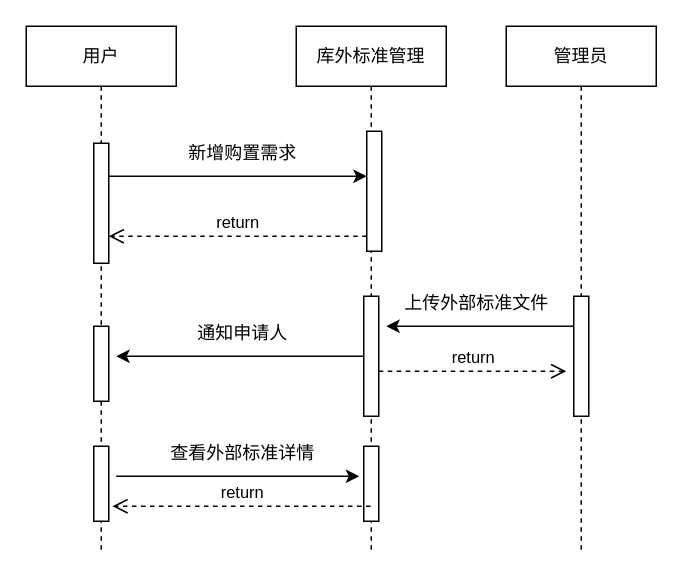
Earlier version of the draw.io diagram 设计相关/库外标准时序图.drawio (DemonHan/KuickBuy). Source tidied: cells renumbered, new cells numbered last; positions are measured from the earlier drawing's top-left corner, leaving out a move shared by most shapes. Both pictures are drawn from the tidied source at 150%, with x=0, y=0 at pixel (26, 26).
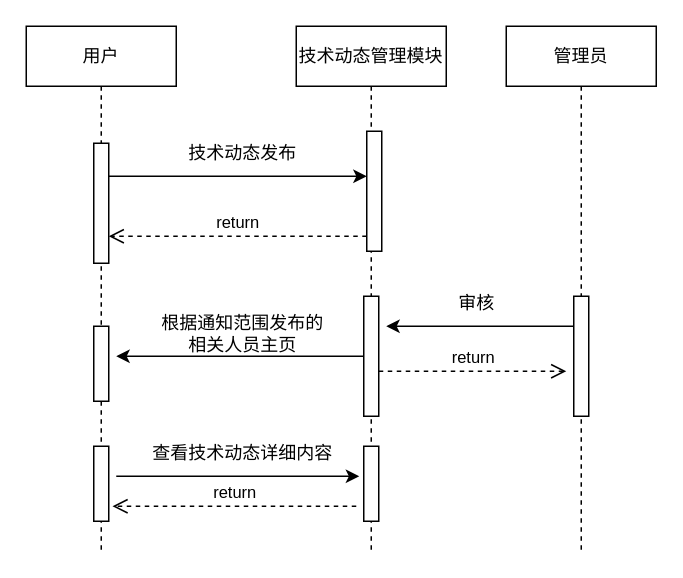
The same page after the edit.

Commit message (it also covers changes not shown here):
更新库外标准时序图.drawio

The edit, as a diff of the source:
```diff
@@
-    <mxCell id="8" value="库外标准管理" style="shape=umlLifeline;perimeter=lifelinePerimeter;whiteSpace=wrap;html=1;newEdgeStyle={&quot;edgeStyle&quot;:&quot;elbowEdgeStyle&quot;,&quot;elbow&quot;:&quot;vertical&quot;,&quot;curved&quot;:0,&quot;rounded&quot;:0};" parent="1" vertex="1">
+    <mxCell id="8" value="技术动态管理模块" style="shape=umlLifeline;perimeter=lifelinePerimeter;whiteSpace=wrap;html=1;newEdgeStyle={&quot;edgeStyle&quot;:&quot;elbowEdgeStyle&quot;,&quot;elbow&quot;:&quot;vertical&quot;,&quot;curved&quot;:0,&quot;rounded&quot;:0};" parent="1" vertex="1">
       <mxGeometry x="180" width="100" height="350" as="geometry" />
     </mxCell>
@@
-    <mxCell id="12" value="新增购置需求" style="text;html=1;align=center;verticalAlign=middle;strokeColor=none;fillColor=none;" parent="1" vertex="1">
+    <mxCell id="12" value="技术动态发布" style="text;html=1;align=center;verticalAlign=middle;strokeColor=none;fillColor=none;" parent="1" vertex="1">
       <mxGeometry x="93.5" y="70" width="100" height="30" as="geometry" />
     </mxCell>
@@
-    <mxCell id="16" value="上传外部标准文件" style="text;html=1;align=center;verticalAlign=middle;strokeColor=none;fillColor=none;" parent="1" vertex="1">
-      <mxGeometry x="240" y="170" width="120" height="30" as="geometry" />
+    <mxCell id="16" value="审核" style="text;html=1;align=center;verticalAlign=middle;strokeColor=none;fillColor=none;" parent="1" vertex="1">
+      <mxGeometry x="275" y="170" width="50" height="30" as="geometry" />
     </mxCell>
@@
-    <mxCell id="19" value="通知申请人" style="text;html=1;align=center;verticalAlign=middle;strokeColor=none;fillColor=none;" parent="1" vertex="1">
-      <mxGeometry x="104" y="190" width="80" height="30" as="geometry" />
+    <mxCell id="19" value="根据通知范围发布的&lt;br&gt;相关人员主页" style="text;html=1;align=center;verticalAlign=middle;strokeColor=none;fillColor=none;" parent="1" vertex="1">
+      <mxGeometry x="79" y="185" width="130" height="40" as="geometry" />
     </mxCell>
@@
     <mxCell id="21" value="return" style="html=1;verticalAlign=bottom;endArrow=open;dashed=1;endSize=8;edgeStyle=elbowEdgeStyle;elbow=vertical;curved=0;rounded=0;" parent="1" edge="1">
       <mxGeometry relative="1" as="geometry">
-        <mxPoint x="229.5" y="320" as="sourcePoint" />
+        <mxPoint x="220" y="320" as="sourcePoint" />
         <mxPoint x="57.5" y="320" as="targetPoint" />
       </mxGeometry>
     </mxCell>
-    <mxCell id="22" value="查看外部标准详情" style="text;html=1;align=center;verticalAlign=middle;strokeColor=none;fillColor=none;" parent="1" vertex="1">
-      <mxGeometry x="84" y="270" width="120" height="30" as="geometry" />
+    <mxCell id="22" value="查看技术动态详细内容" style="text;html=1;align=center;verticalAlign=middle;strokeColor=none;fillColor=none;" parent="1" vertex="1">
+      <mxGeometry x="74" y="270" width="140" height="30" as="geometry" />
     </mxCell>
```
